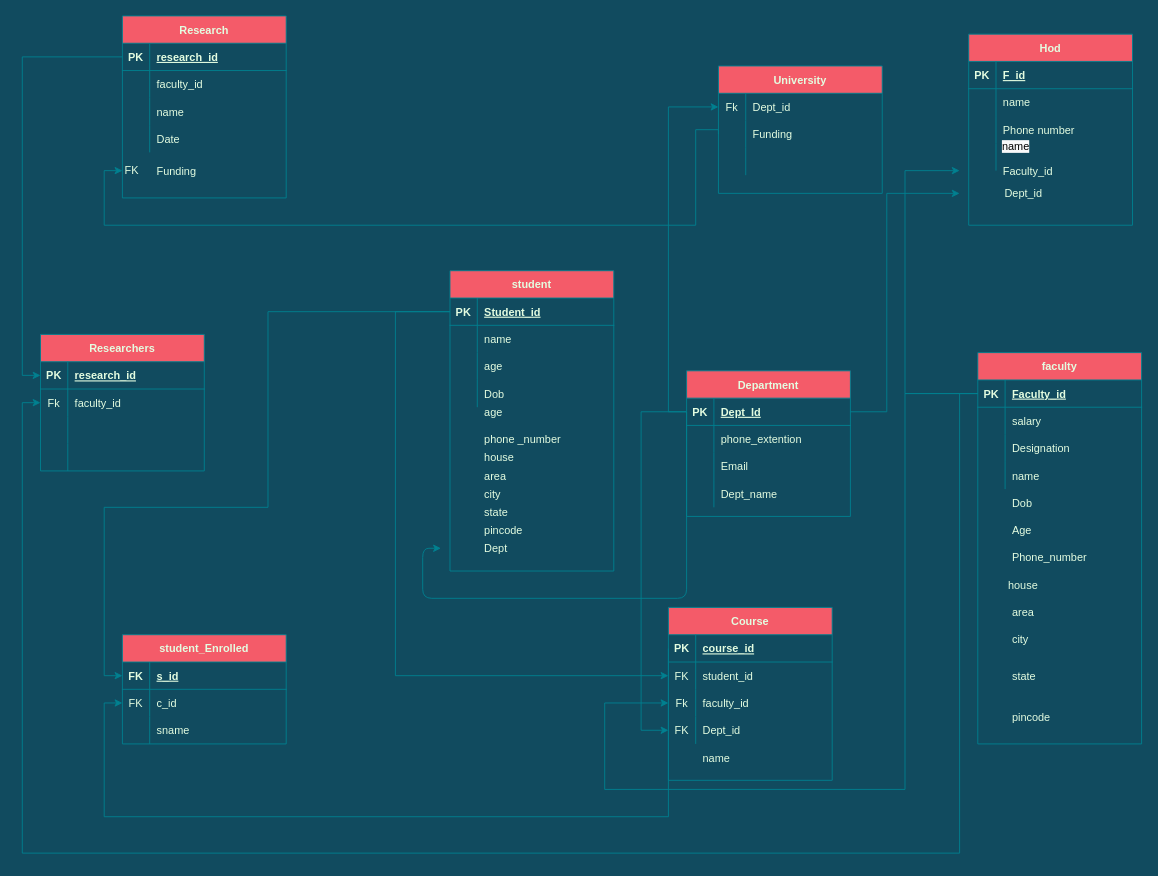
ckarandev010/DBMS-schema keeps this draw.io diagram as Untitled Diagram.drawio. Above is the earlier version. Source tidied: cells renumbered, new cells numbered last; positions are measured from the earlier drawing's top-left corner, leaving out a move shared by most shapes. Both pictures are drawn from the tidied source at 91%, with x=0, y=0 at pixel (22, 15).
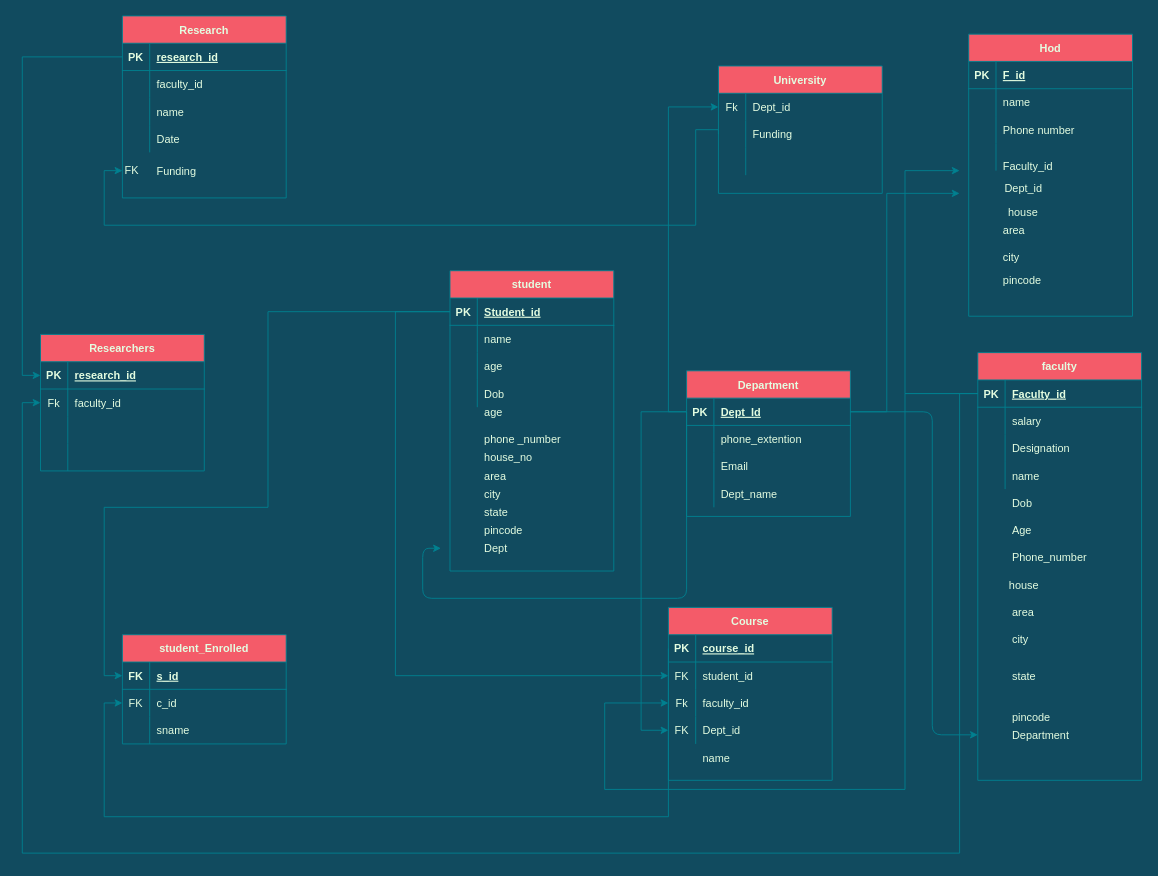
The same page after the edit.

Unchanged cells that the change refers to:
```xml
<mxCell id="57" style="shape=partialRectangle;fillColor=none;top=0;left=0;bottom=1;right=0;points=[[0,0.5],[1,0.5]];portConstraint=eastwest;strokeColor=#028090;fontColor=#E4FDE1;" parent="56" vertex="1">
  <mxGeometry y="30" width="180" height="30" as="geometry" />
</mxCell>
<mxCell id="98" style="shape=partialRectangle;fillColor=none;top=0;left=0;bottom=0;right=0;strokeColor=#028090;fontColor=#E4FDE1;" parent="1" vertex="1">
  <mxGeometry x="470" y="470" width="180" height="30" as="geometry" />
</mxCell>
```

Diff of the diagram source:
```diff
@@
     <mxCell id="15" value="faculty" style="shape=table;startSize=30;childLayout=tableLayout;rowLines=0;fontStyle=1;align=center;fillColor=#F45B69;strokeColor=#028090;fontColor=#E4FDE1;" parent="1" vertex="1">
-      <mxGeometry x="1050" y="370" width="180" height="430" as="geometry" />
+      <mxGeometry x="1050" y="370" width="180" height="470" as="geometry" />
     </mxCell>
@@
     <mxCell id="80" value="house" style="shape=partialRectangle;fillColor=none;top=0;left=0;bottom=0;right=0;strokeColor=#028090;fontColor=#E4FDE1;" parent="1" vertex="1">
-      <mxGeometry x="1010" y="610" width="180" height="30" as="geometry" />
+      <mxGeometry x="1011" y="610" width="180" height="30" as="geometry" />
     </mxCell>
@@
     <mxCell id="82" style="shape=partialRectangle;fillColor=none;top=0;left=0;bottom=0;right=0;align=left;spacingLeft=6;overflow=hidden;strokeColor=#028090;fontColor=#E4FDE1;" parent="80" vertex="1">
-      <mxGeometry x="30" width="150" height="30" as="geometry" />
+      <mxGeometry x="37" width="150" height="30" as="geometry" />
     </mxCell>
@@
-    <mxCell id="100" value="house" style="shape=partialRectangle;fillColor=none;top=0;left=0;bottom=0;right=0;align=left;spacingLeft=6;overflow=hidden;strokeColor=#028090;fontColor=#E4FDE1;" parent="98" vertex="1">
+    <mxCell id="100" value="house_no" style="shape=partialRectangle;fillColor=none;top=0;left=0;bottom=0;right=0;align=left;spacingLeft=6;overflow=hidden;strokeColor=#028090;fontColor=#E4FDE1;" parent="98" vertex="1">
       <mxGeometry x="30" width="150" height="30" as="geometry" />
     </mxCell>
@@
     <mxCell id="107" value="Hod" style="shape=table;startSize=30;childLayout=tableLayout;rowLines=0;fontStyle=1;align=center;fillColor=#F45B69;strokeColor=#028090;fontColor=#E4FDE1;" parent="1" vertex="1">
-      <mxGeometry x="1040" y="20" width="180" height="210" as="geometry" />
+      <mxGeometry x="1040" y="20" width="180" height="310" as="geometry" />
     </mxCell>
@@
-    <mxCell id="148" value="&lt;span style=&quot;color: rgb(0, 0, 0); font-family: helvetica; font-size: 12px; font-style: normal; font-weight: 400; letter-spacing: normal; text-align: left; text-indent: 0px; text-transform: none; word-spacing: 0px; background-color: rgb(248, 249, 250); display: inline; float: none;&quot;&gt;name&lt;/span&gt;" style="text;whiteSpace=wrap;html=1;fontColor=#E4FDE1;" parent="1" vertex="1">
-      <mxGeometry x="1075" y="130" width="60" height="30" as="geometry" />
-    </mxCell>
@@
     <mxCell id="150" value="Dept_id" style="text;html=1;align=center;verticalAlign=middle;strokeColor=none;fontColor=#E4FDE1;" parent="1" vertex="1">
-      <mxGeometry x="1070" y="185" width="60" height="20" as="geometry" />
+      <mxGeometry x="1070" y="180" width="60" height="20" as="geometry" />
     </mxCell>
@@
     <mxCell id="152" value="Faculty_id" style="shape=partialRectangle;fillColor=none;top=0;left=0;bottom=0;right=0;align=left;spacingLeft=6;overflow=hidden;strokeColor=#028090;fontColor=#E4FDE1;" parent="1" vertex="1">
-      <mxGeometry x="1070" y="155" width="150" height="30" as="geometry" />
+      <mxGeometry x="1070" y="150" width="150" height="30" as="geometry" />
     </mxCell>
@@
+    <mxCell id="185" style="shape=partialRectangle;fillColor=none;top=0;left=0;bottom=0;right=0;points=[[0,0.5],[1,0.5]];portConstraint=eastwest;strokeColor=#028090;fontColor=#E4FDE1;" parent="1" vertex="1">
+      <mxGeometry x="1050" y="780" width="180" height="20" as="geometry" />
+    </mxCell>
+    <mxCell id="186" style="shape=partialRectangle;fillColor=none;top=0;left=0;bottom=0;right=0;overflow=hidden;strokeColor=#028090;fontColor=#E4FDE1;" parent="185" vertex="1">
+      <mxGeometry width="30" height="20" as="geometry" />
+    </mxCell>
+    <mxCell id="187" value="Department" style="shape=partialRectangle;fillColor=none;top=0;left=0;bottom=0;right=0;align=left;spacingLeft=6;overflow=hidden;strokeColor=#028090;fontColor=#E4FDE1;" parent="185" vertex="1">
+      <mxGeometry x="30" width="150" height="20" as="geometry" />
+    </mxCell>
+    <mxCell id="188" style="edgeStyle=orthogonalEdgeStyle;curved=0;rounded=1;sketch=0;jettySize=auto;html=1;exitX=1;exitY=0.5;exitDx=0;exitDy=0;fontColor=#E4FDE1;strokeColor=#028090;fillColor=#F45B69;" parent="1" edge="1" source="57" target="185">
+      <mxGeometry relative="1" as="geometry">
+        <Array as="points">
+          <mxPoint x="1000" y="435" />
+          <mxPoint x="1000" y="790" />
+        </Array>
+      </mxGeometry>
+    </mxCell>
+    <mxCell id="189" value="house" style="shape=partialRectangle;fillColor=none;top=0;left=0;bottom=0;right=0;strokeColor=#028090;fontColor=#E4FDE1;" parent="1" vertex="1">
+      <mxGeometry x="1010" y="200" width="180" height="30" as="geometry" />
+    </mxCell>
+    <mxCell id="190" style="shape=partialRectangle;fillColor=none;top=0;left=0;bottom=0;right=0;overflow=hidden;strokeColor=#028090;fontColor=#E4FDE1;" parent="189" vertex="1">
+      <mxGeometry width="30" height="30" as="geometry" />
+    </mxCell>
+    <mxCell id="191" style="shape=partialRectangle;fillColor=none;top=0;left=0;bottom=0;right=0;align=left;spacingLeft=6;overflow=hidden;strokeColor=#028090;fontColor=#E4FDE1;" parent="189" vertex="1">
+      <mxGeometry x="37" width="150" height="30" as="geometry" />
+    </mxCell>
+    <mxCell id="192" style="shape=partialRectangle;fillColor=none;top=0;left=0;bottom=0;right=0;strokeColor=#028090;fontColor=#E4FDE1;" parent="1" vertex="1">
+      <mxGeometry x="1040" y="220" width="180" height="30" as="geometry" />
+    </mxCell>
+    <mxCell id="193" style="shape=partialRectangle;fillColor=none;top=0;left=0;bottom=0;right=0;overflow=hidden;strokeColor=#028090;fontColor=#E4FDE1;" parent="192" vertex="1">
+      <mxGeometry width="30" height="30" as="geometry" />
+    </mxCell>
+    <mxCell id="194" value="area" style="shape=partialRectangle;fillColor=none;top=0;left=0;bottom=0;right=0;align=left;spacingLeft=6;overflow=hidden;strokeColor=#028090;fontColor=#E4FDE1;" parent="192" vertex="1">
+      <mxGeometry x="30" width="150" height="30" as="geometry" />
+    </mxCell>
+    <mxCell id="195" style="shape=partialRectangle;fillColor=none;top=0;left=0;bottom=0;right=0;strokeColor=#028090;fontColor=#E4FDE1;" parent="1" vertex="1">
+      <mxGeometry x="1040" y="250" width="180" height="30" as="geometry" />
+    </mxCell>
+    <mxCell id="196" style="shape=partialRectangle;fillColor=none;top=0;left=0;bottom=0;right=0;overflow=hidden;strokeColor=#028090;fontColor=#E4FDE1;" parent="195" vertex="1">
+      <mxGeometry width="30" height="30" as="geometry" />
+    </mxCell>
+    <mxCell id="197" value="city" style="shape=partialRectangle;fillColor=none;top=0;left=0;bottom=0;right=0;align=left;spacingLeft=6;overflow=hidden;strokeColor=#028090;fontColor=#E4FDE1;" parent="195" vertex="1">
+      <mxGeometry x="30" width="150" height="30" as="geometry" />
+    </mxCell>
+    <mxCell id="198" style="shape=partialRectangle;fillColor=none;top=0;left=0;bottom=0;right=0;strokeColor=#028090;fontColor=#E4FDE1;" parent="1" vertex="1">
+      <mxGeometry x="1040" y="280" width="180" height="20" as="geometry" />
+    </mxCell>
+    <mxCell id="199" style="shape=partialRectangle;fillColor=none;top=0;left=0;bottom=0;right=0;overflow=hidden;strokeColor=#028090;fontColor=#E4FDE1;" parent="198" vertex="1">
+      <mxGeometry width="30" height="20" as="geometry" />
+    </mxCell>
+    <mxCell id="200" value="pincode" style="shape=partialRectangle;fillColor=none;top=0;left=0;bottom=0;right=0;align=left;spacingLeft=6;overflow=hidden;strokeColor=#028090;fontColor=#E4FDE1;" parent="198" vertex="1">
+      <mxGeometry x="30" width="150" height="20" as="geometry" />
+    </mxCell>
```
